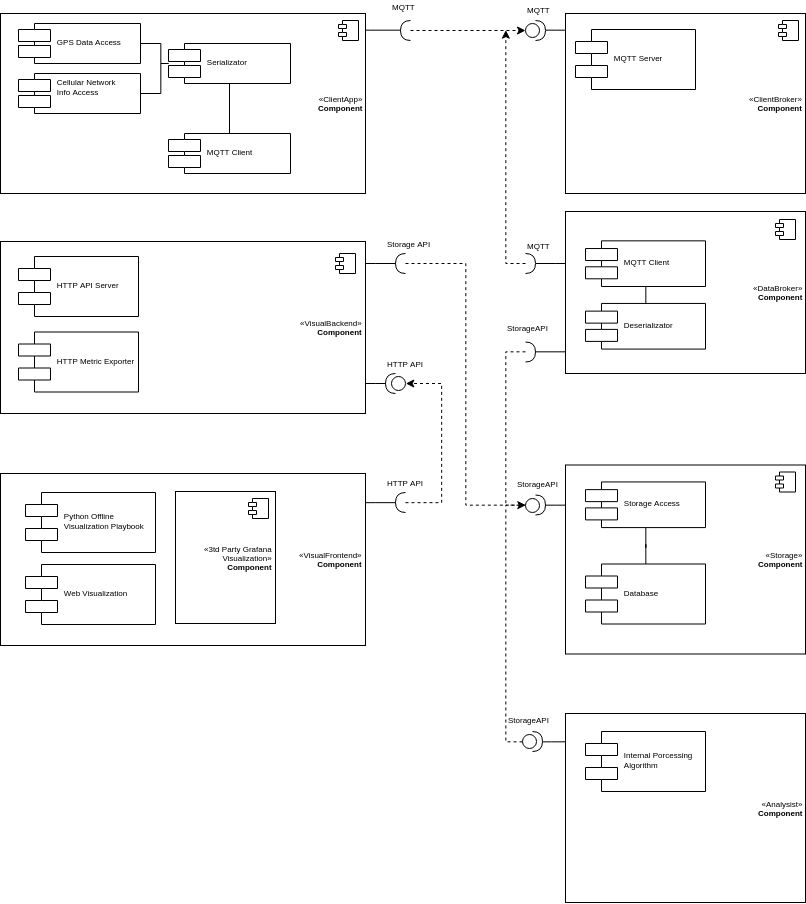
Kirkirillka/GPS_Tracker keeps this draw.io diagram as docs/schemes/components/Component Diagram.png. Above is the earlier version. Source tidied: cells renumbered, new cells last; positions are measured from the earlier drawing's top-left corner, leaving out a move shared by most shapes.
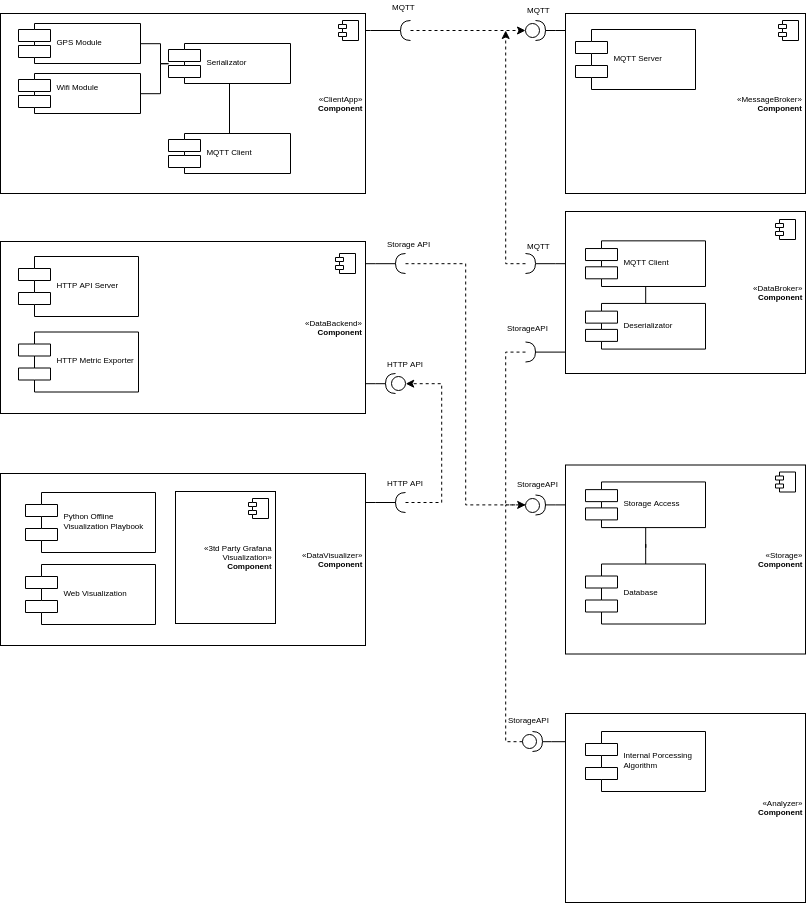
After the change.

The edit, as a diff of the source:
```diff
@@ -16,7 +16,7 @@
     <mxCell id="5" style="edgeStyle=orthogonalEdgeStyle;rounded=0;jettySize=auto;html=1;endArrow=none;endFill=0;fontSize=8;" parent="3" edge="1" source="6" target="8">
       <mxGeometry relative="1" as="geometry" />
     </mxCell>
-    <mxCell id="6" value="GPS Data Access" style="shape=component;align=left;spacingLeft=36;fontSize=8;" parent="3" vertex="1">
+    <mxCell id="6" value="GPS Module" style="shape=component;align=left;spacingLeft=36;fontSize=8;" parent="3" vertex="1">
       <mxGeometry x="18" y="10" width="122" height="40" as="geometry" />
     </mxCell>
     <mxCell id="7" style="edgeStyle=orthogonalEdgeStyle;rounded=0;jettySize=auto;html=1;endArrow=none;endFill=0;fontSize=8;" parent="3" edge="1" source="8" target="11">
@@ -28,7 +28,7 @@
     <mxCell id="9" style="edgeStyle=orthogonalEdgeStyle;rounded=0;jettySize=auto;html=1;endArrow=none;endFill=0;fontSize=8;" parent="3" edge="1" source="10" target="8">
       <mxGeometry relative="1" as="geometry" />
     </mxCell>
-    <mxCell id="10" value="Cellular Network&#10;Info Access&#10;" style="shape=component;align=left;spacingLeft=36;fontSize=8;" parent="3" vertex="1">
+    <mxCell id="10" value="Wifi Module&#10;" style="shape=component;align=left;spacingLeft=36;fontSize=8;" parent="3" vertex="1">
       <mxGeometry x="18" y="60" width="122" height="40" as="geometry" />
     </mxCell>
     <mxCell id="11" value="MQTT Client" style="shape=component;align=left;spacingLeft=36;fontSize=8;" parent="3" vertex="1">
@@ -54,7 +54,7 @@
     <mxCell id="16" style="group;" parent="1" vertex="1">
       <mxGeometry x="525" y="3" width="280" height="190" as="geometry" />
     </mxCell>
-    <mxCell id="17" value="«ClientBroker»&lt;br&gt;&lt;b&gt;Component&lt;/b&gt;" style="html=1;fontSize=8;align=right;" parent="16" vertex="1">
+    <mxCell id="17" value="«MessageBroker»&lt;br&gt;&lt;b&gt;Component&lt;/b&gt;" style="html=1;fontSize=8;align=right;" parent="16" vertex="1">
       <mxGeometry x="40" y="10" width="240" height="180" as="geometry" />
     </mxCell>
     <mxCell id="18" style="shape=component;jettyWidth=8;jettyHeight=4;" parent="17" vertex="1">
@@ -120,7 +120,7 @@
         </Array>
       </mxGeometry>
     </mxCell>
-    <mxCell id="31" value="«VisualBackend»&lt;br&gt;&lt;b&gt;Component&lt;/b&gt;" style="html=1;fontSize=8;align=right;" parent="1" vertex="1">
+    <mxCell id="31" value="«DataBackend»&lt;br&gt;&lt;b&gt;Component&lt;/b&gt;" style="html=1;fontSize=8;align=right;" parent="1" vertex="1">
       <mxGeometry y="241" width="365" height="172" as="geometry" />
     </mxCell>
     <mxCell id="32" style="shape=component;jettyWidth=8;jettyHeight=4;" parent="1" vertex="1">
@@ -137,7 +137,7 @@
     <mxCell id="35" value="Storage Access" style="shape=component;align=left;spacingLeft=36;fontSize=8;" parent="1" vertex="1">
       <mxGeometry x="585" y="481.4" width="120" height="45.6" as="geometry" />
     </mxCell>
-    <mxCell id="36" value="«DataBroker»&lt;br&gt;&lt;b&gt;Component&lt;/b&gt;" style="html=1;fontSize=8;align=right;" parent="1" vertex="1">
+    <mxCell id="36" value="«&lt;span&gt;DataBroker&lt;/span&gt;&lt;span&gt;»&lt;/span&gt;&lt;br&gt;&lt;b&gt;Component&lt;/b&gt;" style="html=1;fontSize=8;align=right;" parent="1" vertex="1">
       <mxGeometry x="565" y="211" width="240" height="162" as="geometry" />
     </mxCell>
     <mxCell id="37" style="edgeStyle=orthogonalEdgeStyle;rounded=0;jettySize=auto;html=1;dashed=1;endArrow=classic;endFill=1;fontSize=8;" parent="1" edge="1" source="38">
@@ -222,7 +222,7 @@
         </Array>
       </mxGeometry>
     </mxCell>
-    <mxCell id="55" value="«VisualFrontend»&lt;br&gt;&lt;b&gt;Component&lt;/b&gt;" style="html=1;fontSize=8;align=right;" parent="1" vertex="1">
+    <mxCell id="55" value="«DataVisualizer»&lt;br&gt;&lt;b&gt;Component&lt;/b&gt;" style="html=1;fontSize=8;align=right;" parent="1" vertex="1">
       <mxGeometry y="473" width="365" height="172" as="geometry" />
     </mxCell>
     <mxCell id="56" value="HTTP API" style="text;html=1;align=left;verticalAlign=top;spacingTop=-4;fontSize=8;" parent="1" vertex="1">
@@ -270,7 +270,7 @@
         </Array>
       </mxGeometry>
     </mxCell>
-    <mxCell id="67" value="«Analysist»&lt;br&gt;&lt;b&gt;Component&lt;/b&gt;" style="html=1;fontSize=8;align=right;" parent="1" vertex="1">
+    <mxCell id="67" value="«Analyzer»&lt;br&gt;&lt;b&gt;Component&lt;/b&gt;" style="html=1;fontSize=8;align=right;" parent="1" vertex="1">
       <mxGeometry x="565" y="713" width="240" height="189" as="geometry" />
     </mxCell>
     <mxCell id="68" style="group;" parent="1" vertex="1">
```
